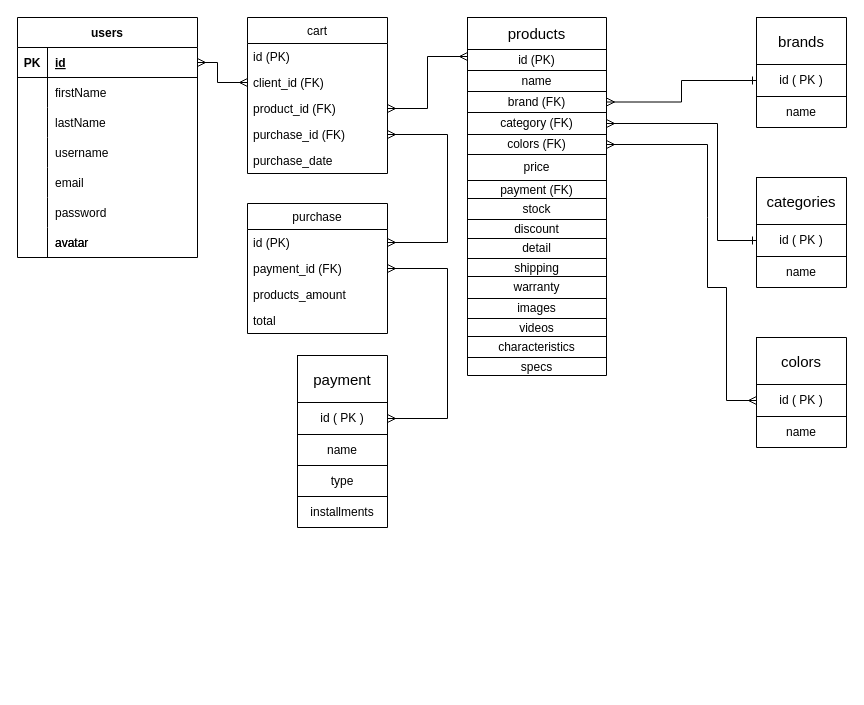
This is db_diagrams/db_diagram.drawio from teosordo/grupo_3_mat, a draw.io file, before an edit. Source tidied: cells renumbered, new cells numbered last; positions are measured from the earlier drawing's top-left corner, leaving out a move shared by most shapes. Both pictures are drawn from the tidied source at 100%, with x=0, y=0 at pixel (17, 17).
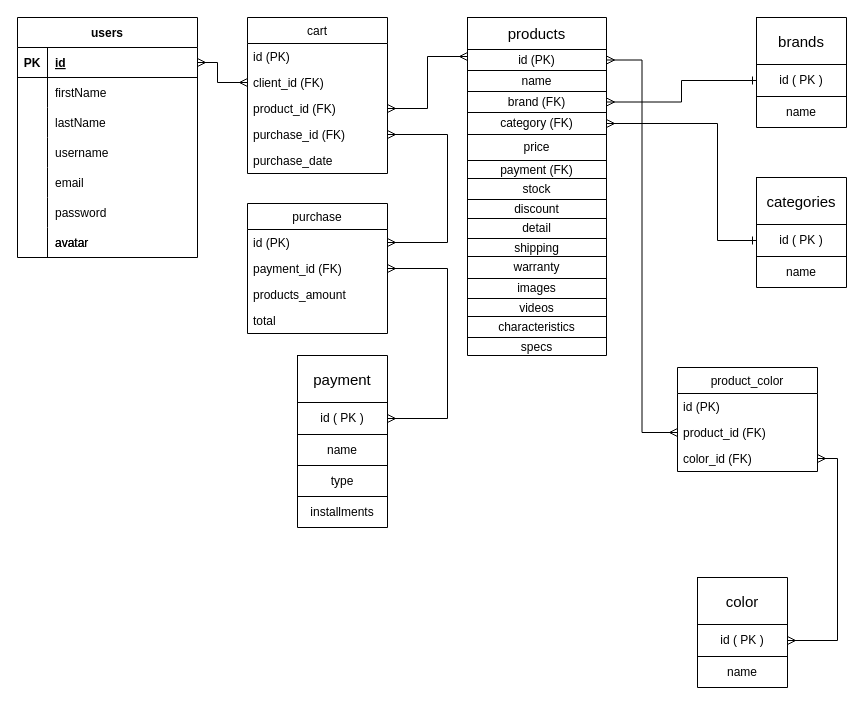
Above is the later version.

Commit message (it also covers changes not shown here):
update diagrama y specs productos

Unchanged cells that the change refers to:
```xml
<mxCell id="27" style="shape=partialRectangle;fillColor=none;top=0;left=0;bottom=0;right=0;points=[[0,0.5],[1,0.5]];portConstraint=eastwest;" parent="24" vertex="1">
  <mxGeometry y="32" width="139" height="21" as="geometry" />
</mxCell>
<mxCell id="76" style="shape=partialRectangle;fillColor=none;top=0;left=0;bottom=0;right=0;" parent="75" vertex="1">
  <mxGeometry width="90" height="47" as="geometry" />
</mxCell>
<mxCell id="78" style="shape=partialRectangle;fillColor=none;top=0;left=0;bottom=0;right=0;points=[[0,0.5],[1,0.5]];portConstraint=eastwest;" parent="75" vertex="1">
  <mxGeometry y="47" width="90" height="32" as="geometry" />
</mxCell>
```

What changed in the source:
```diff
@@
     <mxCell id="24" style="shape=table;startSize=0;childLayout=tableLayout;perimeterSpacing=0;strokeWidth=1;" parent="1" vertex="1">
-      <mxGeometry x="450" width="139" height="358" as="geometry" />
+      <mxGeometry x="450" width="139" height="338" as="geometry" />
     </mxCell>
@@
-    <mxCell id="35" style="shape=partialRectangle;fillColor=none;top=0;left=0;bottom=0;right=0;points=[[0,0.5],[1,0.5]];portConstraint=eastwest;" parent="24" vertex="1">
-      <mxGeometry y="117" width="139" height="20" as="geometry" />
-    </mxCell>
-    <mxCell id="36" value="colors (FK)" style="shape=partialRectangle;html=1;whiteSpace=wrap;overflow=hidden;fillColor=none;top=0;left=0;bottom=0;right=0;" parent="35" vertex="1">
-      <mxGeometry width="139" height="20" as="geometry" />
-    </mxCell>
     <mxCell id="37" style="shape=partialRectangle;fillColor=none;top=0;left=0;bottom=0;right=0;" parent="24" vertex="1">
-      <mxGeometry y="137" width="139" height="26" as="geometry" />
+      <mxGeometry y="117" width="139" height="26" as="geometry" />
     </mxCell>
@@
     <mxCell id="39" style="shape=partialRectangle;fillColor=none;top=0;left=0;bottom=0;right=0;" parent="24" vertex="1">
-      <mxGeometry y="163" width="139" height="18" as="geometry" />
+      <mxGeometry y="143" width="139" height="18" as="geometry" />
     </mxCell>
@@
     <mxCell id="41" style="shape=partialRectangle;fillColor=none;top=0;left=0;bottom=0;right=0;" parent="24" vertex="1">
-      <mxGeometry y="181" width="139" height="21" as="geometry" />
+      <mxGeometry y="161" width="139" height="21" as="geometry" />
     </mxCell>
@@
     <mxCell id="43" style="shape=partialRectangle;fillColor=none;top=0;left=0;bottom=0;right=0;" parent="24" vertex="1">
-      <mxGeometry y="202" width="139" height="19" as="geometry" />
+      <mxGeometry y="182" width="139" height="19" as="geometry" />
     </mxCell>
@@
     <mxCell id="45" style="shape=partialRectangle;fillColor=none;top=0;left=0;bottom=0;right=0;" parent="24" vertex="1">
-      <mxGeometry y="221" width="139" height="20" as="geometry" />
+      <mxGeometry y="201" width="139" height="20" as="geometry" />
     </mxCell>
@@
     <mxCell id="47" style="shape=partialRectangle;fillColor=none;top=0;left=0;bottom=0;right=0;" parent="24" vertex="1">
-      <mxGeometry y="241" width="139" height="18" as="geometry" />
+      <mxGeometry y="221" width="139" height="18" as="geometry" />
     </mxCell>
@@
     <mxCell id="49" style="shape=partialRectangle;fillColor=none;top=0;left=0;bottom=0;right=0;" parent="24" vertex="1">
-      <mxGeometry y="259" width="139" height="22" as="geometry" />
+      <mxGeometry y="239" width="139" height="22" as="geometry" />
     </mxCell>
@@
     <mxCell id="51" style="shape=partialRectangle;fillColor=none;top=0;left=0;bottom=0;right=0;" parent="24" vertex="1">
-      <mxGeometry y="281" width="139" height="20" as="geometry" />
+      <mxGeometry y="261" width="139" height="20" as="geometry" />
     </mxCell>
@@
     <mxCell id="53" style="shape=partialRectangle;fillColor=none;top=0;left=0;bottom=0;right=0;" parent="24" vertex="1">
-      <mxGeometry y="301" width="139" height="18" as="geometry" />
+      <mxGeometry y="281" width="139" height="18" as="geometry" />
     </mxCell>
@@
     <mxCell id="55" style="shape=partialRectangle;fillColor=none;top=0;left=0;bottom=0;right=0;" parent="24" vertex="1">
-      <mxGeometry y="319" width="139" height="21" as="geometry" />
+      <mxGeometry y="299" width="139" height="21" as="geometry" />
     </mxCell>
@@
     <mxCell id="57" style="shape=partialRectangle;fillColor=none;top=0;left=0;bottom=0;right=0;" parent="24" vertex="1">
-      <mxGeometry y="340" width="139" height="18" as="geometry" />
+      <mxGeometry y="320" width="139" height="18" as="geometry" />
     </mxCell>
@@
     <mxCell id="75" style="shape=table;startSize=0;childLayout=tableLayout;" parent="1" vertex="1">
-      <mxGeometry x="739" y="320" width="90" height="110" as="geometry" />
+      <mxGeometry x="680" y="560" width="90" height="110" as="geometry" />
     </mxCell>
@@
-    <mxCell id="77" value="&lt;span style=&quot;font-size: 15px&quot;&gt;colors&lt;/span&gt;" style="shape=partialRectangle;html=1;whiteSpace=wrap;overflow=hidden;fillColor=none;top=0;left=0;bottom=0;right=0;" parent="76" vertex="1">
+    <mxCell id="77" value="&lt;span style=&quot;font-size: 15px&quot;&gt;color&lt;/span&gt;" style="shape=partialRectangle;html=1;whiteSpace=wrap;overflow=hidden;fillColor=none;top=0;left=0;bottom=0;right=0;" parent="76" vertex="1">
       <mxGeometry width="90" height="47" as="geometry" />
     </mxCell>
@@
-    <mxCell id="84" style="rounded=0;jettySize=auto;html=1;exitX=1;exitY=0.5;exitDx=0;exitDy=0;entryX=0;entryY=0.5;entryDx=0;entryDy=0;startArrow=ERmany;startFill=0;endArrow=ERmany;endFill=0;" parent="1" edge="1" source="35" target="78">
-      <mxGeometry relative="1" as="geometry">
-        <Array as="points">
-          <mxPoint x="690" y="127" />
-          <mxPoint x="690" y="200" />
-          <mxPoint x="690" y="270" />
-          <mxPoint x="709" y="270" />
-          <mxPoint x="709" y="383" />
-        </Array>
-      </mxGeometry>
-    </mxCell>
@@
+    <mxCell id="112" value="product_color" style="swimlane;fontStyle=0;horizontal=1;startSize=26;" parent="1" vertex="1">
+      <mxGeometry x="660" y="350" width="140" height="104" as="geometry" />
+    </mxCell>
+    <mxCell id="113" value="id (PK)" style="text;strokeColor=none;fillColor=none;align=left;verticalAlign=top;spacingLeft=4;spacingRight=4;overflow=hidden;" parent="112" vertex="1">
+      <mxGeometry y="26" width="140" height="26" as="geometry" />
+    </mxCell>
+    <mxCell id="114" value="product_id (FK)" style="text;strokeColor=none;fillColor=none;align=left;verticalAlign=top;spacingLeft=4;spacingRight=4;overflow=hidden;points=[[0,0.5],[1,0.5]];portConstraint=eastwest;" parent="112" vertex="1">
+      <mxGeometry y="52" width="140" height="26" as="geometry" />
+    </mxCell>
+    <mxCell id="115" value="color_id (FK)" style="text;strokeColor=none;fillColor=none;align=left;verticalAlign=top;spacingLeft=4;spacingRight=4;overflow=hidden;points=[[0,0.5],[1,0.5]];portConstraint=eastwest;" parent="112" vertex="1">
+      <mxGeometry y="78" width="140" height="26" as="geometry" />
+    </mxCell>
+    <mxCell id="116" style="edgeStyle=orthogonalEdgeStyle;rounded=0;jettySize=auto;html=1;exitX=1;exitY=0.5;exitDx=0;exitDy=0;entryX=1;entryY=0.5;entryDx=0;entryDy=0;endArrow=ERmany;endFill=0;startArrow=ERmany;startFill=0;" parent="1" edge="1" source="115" target="78">
+      <mxGeometry relative="1" as="geometry" />
+    </mxCell>
+    <mxCell id="117" style="edgeStyle=orthogonalEdgeStyle;rounded=0;jettySize=auto;html=1;exitX=1;exitY=0.5;exitDx=0;exitDy=0;startArrow=ERmany;startFill=0;endArrow=ERmany;endFill=0;entryX=0;entryY=0.5;entryDx=0;entryDy=0;" parent="1" edge="1" source="27" target="114">
+      <mxGeometry relative="1" as="geometry" />
+    </mxCell>
```
